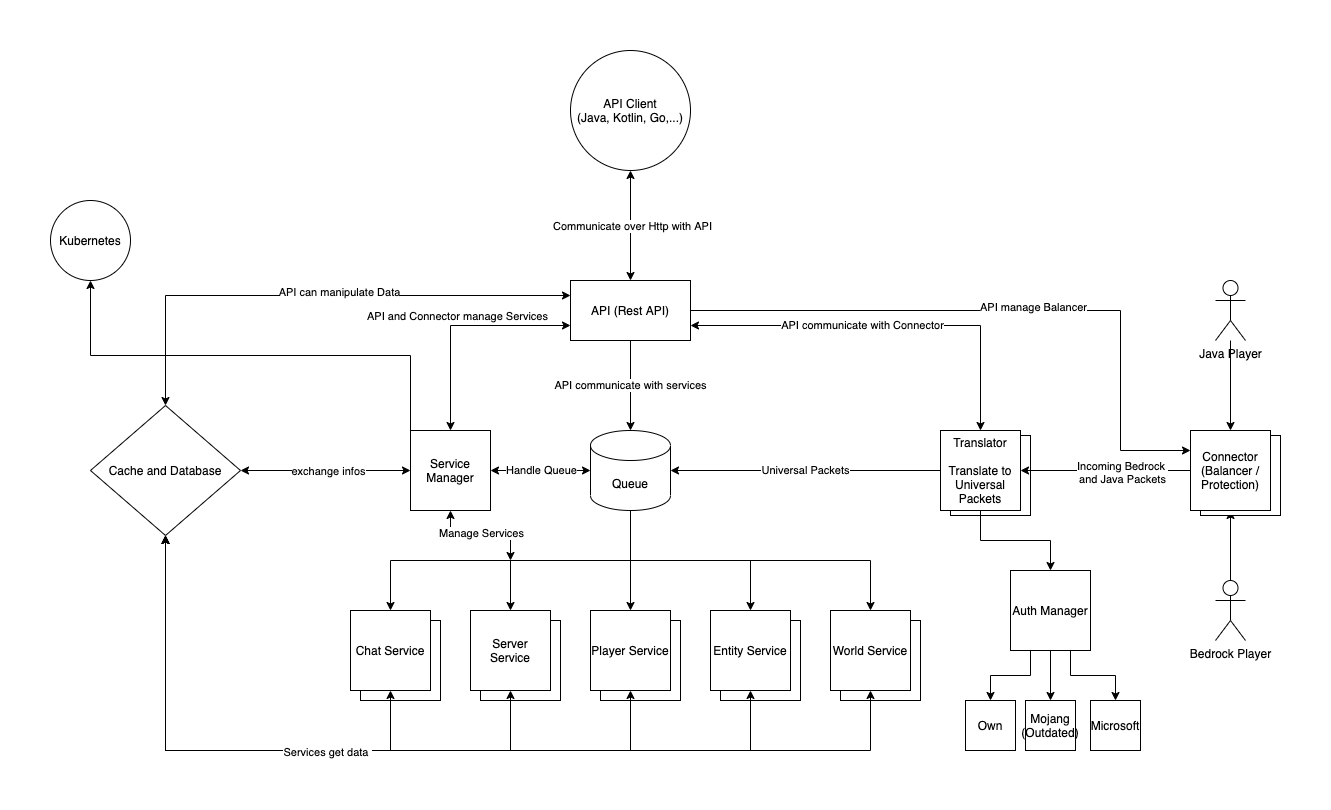
Above: images/overview.png in Layercraft/Infos (draw.io), before the change. Source tidied: cells renumbered, new cells last; positions are measured from the earlier drawing's top-left corner, leaving out a move shared by most shapes.
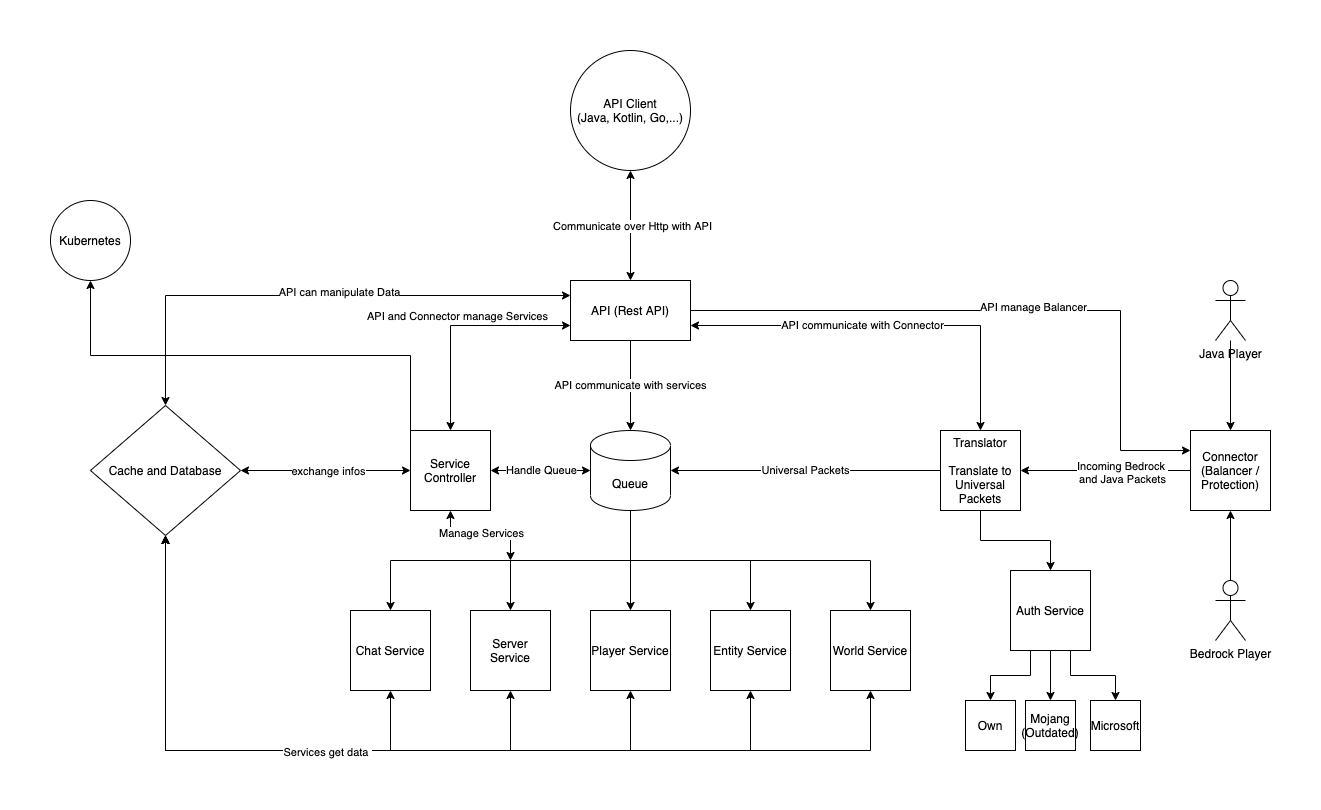
Above is the later version.

Change to the diagram source:
```diff
@@ -2,9 +2,6 @@
   <root>
     <mxCell id="0" />
     <mxCell id="1" parent="0" />
-    <mxCell id="2" style="whiteSpace=wrap;html=1;" parent="1" vertex="1">
-      <mxGeometry x="900" y="385" width="80" height="80" as="geometry" />
-    </mxCell>
     <mxCell id="3" style="edgeStyle=orthogonalEdgeStyle;rounded=0;jettySize=auto;html=1;entryX=0.5;entryY=0;entryDx=0;entryDy=0;" parent="1" edge="1" source="60" target="65">
       <mxGeometry relative="1" as="geometry" />
     </mxCell>
@@ -76,9 +73,6 @@
     <mxCell id="24" value="API (Rest API)" style="rounded=0;whiteSpace=wrap;html=1;" parent="1" vertex="1">
       <mxGeometry x="520" y="230" width="120" height="60" as="geometry" />
     </mxCell>
-    <mxCell id="25" style="whiteSpace=wrap;html=1;" parent="1" vertex="1">
-      <mxGeometry x="430" y="570" width="80" height="80" as="geometry" />
-    </mxCell>
     <mxCell id="26" style="edgeStyle=orthogonalEdgeStyle;rounded=0;jettySize=auto;html=1;exitX=0.5;exitY=1;exitDx=0;exitDy=0;entryX=0.5;entryY=1;entryDx=0;entryDy=0;startArrow=classic;startFill=1;" parent="1" edge="1" source="27" target="51">
       <mxGeometry relative="1" as="geometry">
         <Array as="points">
@@ -90,9 +84,6 @@
     <mxCell id="27" value="Server Service" style="whiteSpace=wrap;html=1;" parent="1" vertex="1">
       <mxGeometry x="420" y="560" width="80" height="80" as="geometry" />
     </mxCell>
-    <mxCell id="28" style="whiteSpace=wrap;html=1;" parent="1" vertex="1">
-      <mxGeometry x="670" y="570" width="80" height="80" as="geometry" />
-    </mxCell>
     <mxCell id="29" style="edgeStyle=orthogonalEdgeStyle;rounded=0;jettySize=auto;html=1;exitX=0.5;exitY=1;exitDx=0;exitDy=0;entryX=0.5;entryY=1;entryDx=0;entryDy=0;startArrow=classic;startFill=1;" parent="1" edge="1" source="30" target="51">
       <mxGeometry relative="1" as="geometry">
         <Array as="points">
@@ -104,9 +95,6 @@
     <mxCell id="30" value="Entity Service" style="whiteSpace=wrap;html=1;" parent="1" vertex="1">
       <mxGeometry x="660" y="560" width="80" height="80" as="geometry" />
     </mxCell>
-    <mxCell id="31" style="whiteSpace=wrap;html=1;" parent="1" vertex="1">
-      <mxGeometry x="790" y="570" width="80" height="80" as="geometry" />
-    </mxCell>
     <mxCell id="32" style="edgeStyle=orthogonalEdgeStyle;rounded=0;jettySize=auto;html=1;exitX=0.5;exitY=1;exitDx=0;exitDy=0;entryX=0.5;entryY=1;entryDx=0;entryDy=0;startArrow=classic;startFill=1;" parent="1" edge="1" source="33" target="51">
       <mxGeometry relative="1" as="geometry">
         <Array as="points">
@@ -118,9 +106,6 @@
     <mxCell id="33" value="World Service" style="whiteSpace=wrap;html=1;" parent="1" vertex="1">
       <mxGeometry x="780" y="560" width="80" height="80" as="geometry" />
     </mxCell>
-    <mxCell id="34" style="whiteSpace=wrap;html=1;" parent="1" vertex="1">
-      <mxGeometry x="310" y="570" width="80" height="80" as="geometry" />
-    </mxCell>
     <mxCell id="35" style="edgeStyle=orthogonalEdgeStyle;rounded=0;jettySize=auto;html=1;exitX=0.5;exitY=1;exitDx=0;exitDy=0;entryX=0.5;entryY=1;entryDx=0;entryDy=0;startArrow=classic;startFill=1;" parent="1" edge="1" source="36" target="51">
       <mxGeometry relative="1" as="geometry">
         <Array as="points">
@@ -132,9 +117,6 @@
     <mxCell id="36" value="Chat Service" style="whiteSpace=wrap;html=1;" parent="1" vertex="1">
       <mxGeometry x="300" y="560" width="80" height="80" as="geometry" />
     </mxCell>
-    <mxCell id="37" style="whiteSpace=wrap;html=1;" parent="1" vertex="1">
-      <mxGeometry x="550" y="570" width="80" height="80" as="geometry" />
-    </mxCell>
     <mxCell id="38" style="edgeStyle=orthogonalEdgeStyle;rounded=0;jettySize=auto;html=1;exitX=0.5;exitY=1;exitDx=0;exitDy=0;entryX=0.5;entryY=1;entryDx=0;entryDy=0;startArrow=classic;startFill=1;" parent="1" edge="1" source="40" target="51">
       <mxGeometry relative="1" as="geometry">
         <Array as="points">
@@ -168,7 +150,7 @@
     <mxCell id="45" style="edgeStyle=orthogonalEdgeStyle;rounded=0;jettySize=auto;html=1;exitX=0;exitY=0;exitDx=0;exitDy=0;entryX=0.5;entryY=1;entryDx=0;entryDy=0;" parent="1" edge="1" source="46" target="63">
       <mxGeometry relative="1" as="geometry" />
     </mxCell>
-    <mxCell id="46" value="Service Manager" style="whiteSpace=wrap;html=1;rounded=0;shadow=0;glass=0;" parent="1" vertex="1">
+    <mxCell id="46" value="Service Controller" style="whiteSpace=wrap;html=1;rounded=0;shadow=0;glass=0;" parent="1" vertex="1">
       <mxGeometry x="360" y="380" width="80" height="80" as="geometry" />
     </mxCell>
     <mxCell id="47" style="edgeStyle=orthogonalEdgeStyle;rounded=0;jettySize=auto;html=1;entryX=0.5;entryY=0;entryDx=0;entryDy=0;startArrow=classic;startFill=1;exitX=0.5;exitY=1;exitDx=0;exitDy=0;" parent="1" edge="1" source="59" target="24">
@@ -195,7 +177,7 @@
     <mxCell id="54" style="edgeStyle=orthogonalEdgeStyle;rounded=0;jettySize=auto;html=1;exitX=0.75;exitY=1;exitDx=0;exitDy=0;entryX=0.5;entryY=0;entryDx=0;entryDy=0;" parent="1" edge="1" source="55" target="58">
       <mxGeometry relative="1" as="geometry" />
     </mxCell>
-    <mxCell id="55" value="Auth Manager" style="whiteSpace=wrap;html=1;" parent="1" vertex="1">
+    <mxCell id="55" value="Auth Service" style="whiteSpace=wrap;html=1;" parent="1" vertex="1">
       <mxGeometry x="960" y="520" width="80" height="80" as="geometry" />
     </mxCell>
     <mxCell id="56" value="Mojang (Outdated)" style="whiteSpace=wrap;html=1;" parent="1" vertex="1">
@@ -222,9 +204,6 @@
     <mxCell id="63" value="Kubernetes" style="ellipse;whiteSpace=wrap;html=1;" parent="1" vertex="1">
       <mxGeometry y="150" width="80" height="80" as="geometry" />
     </mxCell>
-    <mxCell id="64" style="whiteSpace=wrap;html=1;" parent="1" vertex="1">
-      <mxGeometry x="1150" y="385" width="80" height="80" as="geometry" />
-    </mxCell>
     <mxCell id="65" value="Connector&lt;br&gt;(Balancer / Protection)" style="whiteSpace=wrap;html=1;" parent="1" vertex="1">
       <mxGeometry x="1140" y="380" width="80" height="80" as="geometry" />
     </mxCell>
```
